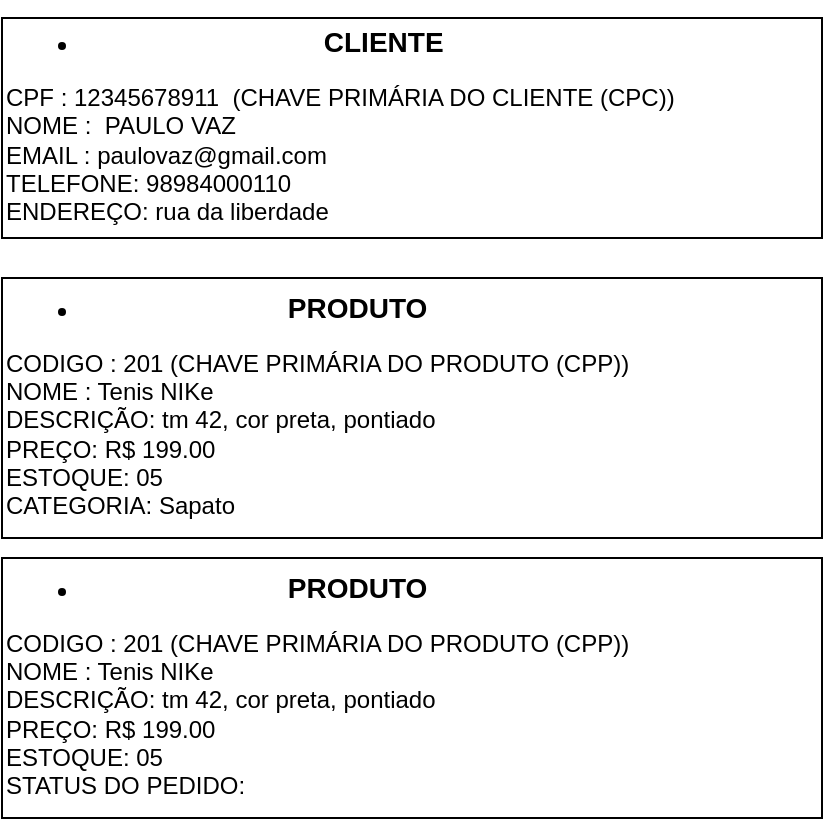
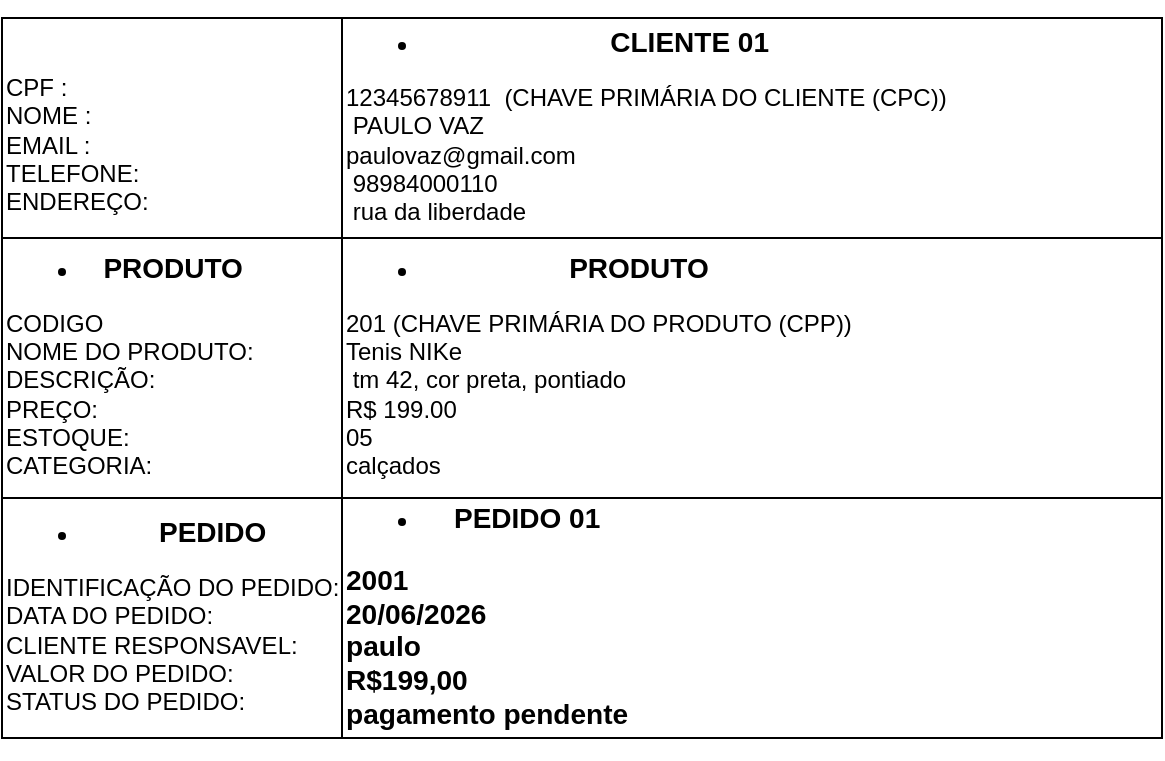
<mxfile host="app.diagrams.net">
  <diagram name="Página-1" id="dW-bwo-D_kfM4ZnOfWqB">
-     <mxGraphModel dx="1030" dy="562" grid="1" gridSize="10" guides="1" tooltips="1" connect="1" arrows="1" fold="1" page="1" pageScale="1" pageWidth="827" pageHeight="1169" math="0" shadow="0">
+     <mxGraphModel dx="1907" dy="1022" grid="1" gridSize="10" guides="1" tooltips="1" connect="1" arrows="1" fold="1" page="1" pageScale="1" pageWidth="827" pageHeight="1169" math="0" shadow="0">
      <root>
        <mxCell id="0" />
        <mxCell id="1" parent="0" />
-         <mxCell id="IifLtvlI1enpJyz-F0hN-1" parent="1" style="rounded=0;whiteSpace=wrap;html=1;align=left;" value="&lt;div style=&quot;text-align: center;&quot;&gt;&lt;ul&gt;&lt;li&gt;&lt;span style=&quot;background-color: transparent; color: light-dark(rgb(0, 0, 0), rgb(255, 255, 255));&quot;&gt;&lt;b&gt;&lt;font style=&quot;font-size: 14px;&quot;&gt;CLIENTE&lt;/font&gt;&lt;/b&gt;&lt;/span&gt;&lt;/li&gt;&lt;/ul&gt;&lt;/div&gt;&lt;div style=&quot;&quot;&gt;CPF : 12345678911&amp;nbsp; (CHAVE PRIMÁRIA DO CLIENTE (CPC))&amp;nbsp;&lt;/div&gt;&lt;div style=&quot;&quot;&gt;NOME :&amp;nbsp;&amp;nbsp;&lt;span style=&quot;background-color: transparent; color: light-dark(rgb(0, 0, 0), rgb(255, 255, 255));&quot;&gt;PAULO VAZ&lt;/span&gt;&lt;/div&gt;&lt;div style=&quot;&quot;&gt;EMAIL : paulovaz@gmail.com&lt;/div&gt;&lt;div style=&quot;&quot;&gt;TELEFONE: 98984000110&lt;/div&gt;&lt;div style=&quot;&quot;&gt;ENDEREÇO: rua da liberdade&lt;/div&gt;&lt;div style=&quot;&quot;&gt;&lt;br&gt;&lt;/div&gt;" vertex="1">
-           <mxGeometry height="110" width="410" x="100" y="80" as="geometry" />
+         <mxCell id="IifLtvlI1enpJyz-F0hN-1" parent="1" style="rounded=0;whiteSpace=wrap;html=1;align=left;" value="&lt;div style=&quot;text-align: center;&quot;&gt;&lt;ul&gt;&lt;li&gt;&lt;span style=&quot;background-color: transparent; color: light-dark(rgb(0, 0, 0), rgb(255, 255, 255));&quot;&gt;&lt;b&gt;&lt;font style=&quot;font-size: 14px;&quot;&gt;CLIENTE 01&lt;/font&gt;&lt;/b&gt;&lt;/span&gt;&lt;/li&gt;&lt;/ul&gt;&lt;/div&gt;&lt;div style=&quot;&quot;&gt;12345678911&amp;nbsp; (CHAVE PRIMÁRIA DO CLIENTE (CPC))&amp;nbsp;&lt;/div&gt;&lt;div style=&quot;&quot;&gt;&amp;nbsp;&lt;span style=&quot;background-color: transparent; color: light-dark(rgb(0, 0, 0), rgb(255, 255, 255));&quot;&gt;PAULO VAZ&lt;/span&gt;&lt;/div&gt;&lt;div style=&quot;&quot;&gt;paulovaz@gmail.com&lt;/div&gt;&lt;div style=&quot;&quot;&gt;&amp;nbsp;98984000110&lt;/div&gt;&lt;div style=&quot;&quot;&gt;&amp;nbsp;rua da liberdade&lt;/div&gt;&lt;div style=&quot;&quot;&gt;&lt;br&gt;&lt;/div&gt;" vertex="1">
+           <mxGeometry height="110" width="410" x="180" y="80" as="geometry" />
        </mxCell>
-         <mxCell id="IifLtvlI1enpJyz-F0hN-2" parent="1" style="rounded=0;whiteSpace=wrap;html=1;align=left;" value="&lt;div style=&quot;text-align: center;&quot;&gt;&lt;ul&gt;&lt;li&gt;&lt;b&gt;&lt;font style=&quot;font-size: 14px;&quot;&gt;PRODUTO&lt;/font&gt;&lt;/b&gt;&lt;/li&gt;&lt;/ul&gt;&lt;/div&gt;&lt;div style=&quot;&quot;&gt;CODIGO : 201 (CHAVE PRIMÁRIA DO PRODUTO (CPP))&lt;/div&gt;&lt;div style=&quot;&quot;&gt;NOME : Tenis NIKe&lt;/div&gt;&lt;div style=&quot;&quot;&gt;DESCRIÇÃO: tm 42, cor preta, pontiado&lt;/div&gt;&lt;div style=&quot;&quot;&gt;PREÇO: R$ 199.00&lt;/div&gt;&lt;div style=&quot;&quot;&gt;ESTOQUE: 05&lt;/div&gt;&lt;div style=&quot;&quot;&gt;CATEGORIA: Sapato&lt;/div&gt;&lt;div style=&quot;&quot;&gt;&lt;br&gt;&lt;/div&gt;" vertex="1">
-           <mxGeometry height="130" width="410" x="100" y="210" as="geometry" />
+         <mxCell id="IifLtvlI1enpJyz-F0hN-2" parent="1" style="rounded=0;whiteSpace=wrap;html=1;align=left;" value="&lt;div style=&quot;text-align: center;&quot;&gt;&lt;ul&gt;&lt;li&gt;&lt;b&gt;&lt;font style=&quot;font-size: 14px;&quot;&gt;PRODUTO&lt;/font&gt;&lt;/b&gt;&lt;/li&gt;&lt;/ul&gt;&lt;/div&gt;&lt;div style=&quot;&quot;&gt;201 (CHAVE PRIMÁRIA DO PRODUTO (CPP))&lt;/div&gt;&lt;div style=&quot;&quot;&gt;Tenis NIKe&lt;/div&gt;&lt;div style=&quot;&quot;&gt;&amp;nbsp;tm 42, cor preta, pontiado&lt;/div&gt;&lt;div style=&quot;&quot;&gt;&lt;span style=&quot;background-color: transparent; color: light-dark(rgb(0, 0, 0), rgb(255, 255, 255));&quot;&gt;R$ 199.00&lt;/span&gt;&lt;/div&gt;&lt;div style=&quot;&quot;&gt;05&lt;/div&gt;&lt;div style=&quot;&quot;&gt;calçados&lt;/div&gt;&lt;div style=&quot;&quot;&gt;&lt;br&gt;&lt;/div&gt;" vertex="1">
+           <mxGeometry height="130" width="410" x="180" y="190" as="geometry" />
        </mxCell>
-         <mxCell id="IifLtvlI1enpJyz-F0hN-3" parent="1" style="rounded=0;whiteSpace=wrap;html=1;align=left;" value="&lt;div style=&quot;text-align: center;&quot;&gt;&lt;ul&gt;&lt;li&gt;&lt;b&gt;&lt;font style=&quot;font-size: 14px;&quot;&gt;PRODUTO&lt;/font&gt;&lt;/b&gt;&lt;/li&gt;&lt;/ul&gt;&lt;/div&gt;&lt;div style=&quot;&quot;&gt;CODIGO : 201 (CHAVE PRIMÁRIA DO PRODUTO (CPP))&lt;/div&gt;&lt;div style=&quot;&quot;&gt;NOME : Tenis NIKe&lt;/div&gt;&lt;div style=&quot;&quot;&gt;DESCRIÇÃO: tm 42, cor preta, pontiado&lt;/div&gt;&lt;div style=&quot;&quot;&gt;PREÇO: R$ 199.00&lt;/div&gt;&lt;div style=&quot;&quot;&gt;ESTOQUE: 05&lt;/div&gt;&lt;div style=&quot;&quot;&gt;STATUS DO PEDIDO:&amp;nbsp;&lt;/div&gt;&lt;div style=&quot;&quot;&gt;&lt;br&gt;&lt;/div&gt;" vertex="1">
-           <mxGeometry height="130" width="410" x="100" y="350" as="geometry" />
+         <mxCell id="IifLtvlI1enpJyz-F0hN-3" parent="1" style="rounded=0;whiteSpace=wrap;html=1;align=left;" value="&lt;div style=&quot;text-align: center;&quot;&gt;&lt;ul&gt;&lt;li&gt;&lt;b&gt;&lt;font style=&quot;font-size: 14px;&quot;&gt;PEDIDO 01&lt;/font&gt;&lt;/b&gt;&lt;/li&gt;&lt;/ul&gt;&lt;/div&gt;&lt;h3 style=&quot;&quot;&gt;2001&lt;br&gt;20/06/2026&lt;br&gt;paulo&lt;br&gt;R$199,00&lt;br&gt;pagamento pendente&lt;/h3&gt;" vertex="1">
+           <mxGeometry height="120" width="410" x="180" y="320" as="geometry" />
+         </mxCell>
+         <mxCell id="IifLtvlI1enpJyz-F0hN-10" parent="1" style="rounded=0;whiteSpace=wrap;html=1;align=left;" value="&lt;div style=&quot;text-align: center;&quot;&gt;&lt;div&gt;&lt;span style=&quot;font-size: 14px;&quot;&gt;&lt;b&gt;&lt;br&gt;&lt;/b&gt;&lt;/span&gt;&lt;/div&gt;&lt;/div&gt;&lt;div style=&quot;&quot;&gt;CPF :&amp;nbsp;&lt;/div&gt;&lt;div style=&quot;&quot;&gt;NOME :&amp;nbsp;&amp;nbsp;&lt;/div&gt;&lt;div style=&quot;&quot;&gt;EMAIL :&amp;nbsp;&lt;/div&gt;&lt;div style=&quot;&quot;&gt;TELEFONE:&lt;/div&gt;&lt;div style=&quot;&quot;&gt;ENDEREÇO:&amp;nbsp;&lt;/div&gt;" vertex="1">
+           <mxGeometry height="110" width="170" x="10" y="80" as="geometry" />
+         </mxCell>
+         <mxCell id="IifLtvlI1enpJyz-F0hN-12" parent="1" style="rounded=0;whiteSpace=wrap;html=1;align=left;" value="&lt;div style=&quot;text-align: center;&quot;&gt;&lt;ul&gt;&lt;li&gt;&lt;b&gt;&lt;font style=&quot;font-size: 14px;&quot;&gt;PEDIDO&lt;/font&gt;&lt;/b&gt;&lt;/li&gt;&lt;/ul&gt;&lt;/div&gt;&lt;div style=&quot;&quot;&gt;IDENTIFICAÇÃO DO PEDIDO:&lt;/div&gt;&lt;div style=&quot;&quot;&gt;DATA DO PEDIDO:&lt;/div&gt;&lt;div style=&quot;&quot;&gt;CLIENTE RESPONSAVEL:&amp;nbsp;&lt;/div&gt;&lt;div style=&quot;&quot;&gt;VALOR DO PEDIDO:&lt;/div&gt;&lt;div style=&quot;&quot;&gt;STATUS DO PEDIDO:&lt;/div&gt;&lt;div style=&quot;&quot;&gt;&lt;br&gt;&lt;/div&gt;" vertex="1">
+           <mxGeometry height="120" width="170" x="10" y="320" as="geometry" />
+         </mxCell>
+         <mxCell id="IifLtvlI1enpJyz-F0hN-21" parent="1" style="rounded=0;whiteSpace=wrap;html=1;align=left;" value="&lt;div style=&quot;text-align: center;&quot;&gt;&lt;ul&gt;&lt;li&gt;&lt;b&gt;&lt;font style=&quot;font-size: 14px;&quot;&gt;PRODUTO&lt;/font&gt;&lt;/b&gt;&lt;/li&gt;&lt;/ul&gt;&lt;/div&gt;&lt;div style=&quot;&quot;&gt;CODIGO&amp;nbsp;&lt;/div&gt;&lt;div style=&quot;&quot;&gt;NOME DO PRODUTO:&amp;nbsp;&lt;/div&gt;&lt;div style=&quot;&quot;&gt;DESCRIÇÃO:&amp;nbsp;&lt;/div&gt;&lt;div style=&quot;&quot;&gt;PREÇO:&amp;nbsp;&lt;/div&gt;&lt;div style=&quot;&quot;&gt;ESTOQUE:&amp;nbsp;&lt;/div&gt;&lt;div style=&quot;&quot;&gt;CATEGORIA:&amp;nbsp;&lt;/div&gt;&lt;div style=&quot;&quot;&gt;&lt;br&gt;&lt;/div&gt;" vertex="1">
+           <mxGeometry height="130" width="170" x="10" y="190" as="geometry" />
        </mxCell>
      </root>
    </mxGraphModel>
  </diagram>
</mxfile>
